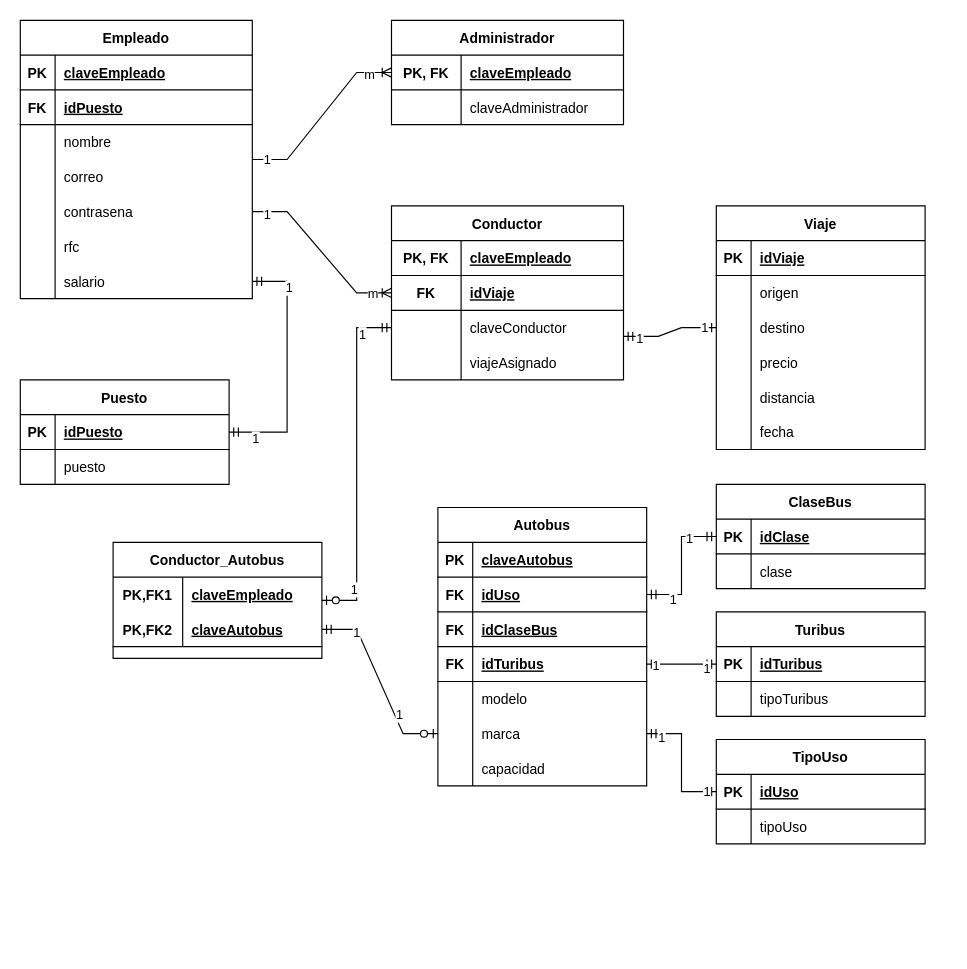
KevinLara96/Java_Diplomat keeps this draw.io diagram as Proyecto/TerceraEntrega/BaseDatos.drawio. Above is the earlier version. Source tidied: cells renumbered, new cells numbered last; positions are measured from the earlier drawing's top-left corner, leaving out a move shared by most shapes. Both pictures are drawn from the tidied source at 116%, with x=0, y=0 at pixel (20, 20).
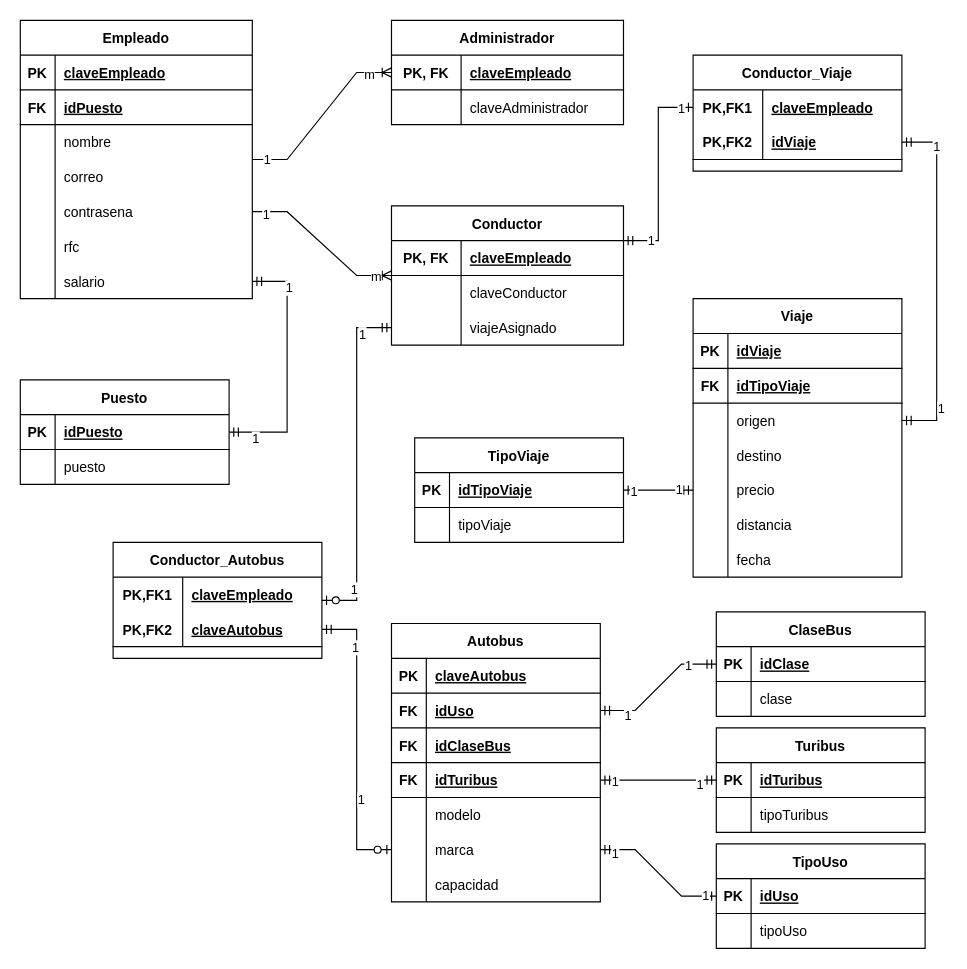
Above is the later version.

The change refers to these unchanged cells:
```xml
<mxCell id="94" value="Conductor_Autobus" style="shape=table;startSize=30;childLayout=tableLayout;rowLines=0;fontStyle=1;align=center;" parent="1" vertex="1">
  <mxGeometry x="80" y="450" width="180" height="100" as="geometry" />
</mxCell>
```

Diff of the diagram source:
```diff
@@
     <mxCell id="24" value="Conductor" style="shape=table;startSize=30;childLayout=tableLayout;rowLines=0;fontStyle=1;align=center;" parent="1" vertex="1">
-      <mxGeometry x="320" y="160" width="200" height="150" as="geometry" />
+      <mxGeometry x="320" y="160" width="200" height="120" as="geometry" />
     </mxCell>
@@
-    <mxCell id="28" style="shape=tableRow;horizontal=0;startSize=0;swimlaneHead=0;swimlaneBody=0;fillColor=none;top=0;left=0;right=0;bottom=1;" parent="24" vertex="1">
-      <mxGeometry y="60" width="200" height="30" as="geometry" />
-    </mxCell>
-    <mxCell id="29" value="FK" style="shape=partialRectangle;fillColor=none;top=0;left=0;bottom=0;right=0;fontStyle=1;overflow=hidden;" parent="28" vertex="1">
-      <mxGeometry width="60" height="30" as="geometry" />
-    </mxCell>
-    <mxCell id="30" value="idViaje" style="shape=partialRectangle;fillColor=none;top=0;left=0;bottom=0;right=0;align=left;spacingLeft=6;fontStyle=5;overflow=hidden;" parent="28" vertex="1">
-      <mxGeometry x="60" width="140" height="30" as="geometry" />
-    </mxCell>
     <mxCell id="31" style="shape=tableRow;horizontal=0;startSize=0;swimlaneHead=0;swimlaneBody=0;fillColor=none;points=[[0,0.5],[1,0.5]];portConstraint=eastwest;top=0;left=0;right=0;bottom=0;" parent="24" vertex="1">
-      <mxGeometry y="90" width="200" height="30" as="geometry" />
+      <mxGeometry y="60" width="200" height="30" as="geometry" />
     </mxCell>
@@
     <mxCell id="34" style="shape=tableRow;horizontal=0;startSize=0;swimlaneHead=0;swimlaneBody=0;fillColor=none;points=[[0,0.5],[1,0.5]];portConstraint=eastwest;top=0;left=0;right=0;bottom=0;" parent="24" vertex="1">
-      <mxGeometry y="120" width="200" height="30" as="geometry" />
+      <mxGeometry y="90" width="200" height="30" as="geometry" />
     </mxCell>
@@
     <mxCell id="37" value="Autobus" style="shape=table;startSize=30;childLayout=tableLayout;rowLines=0;fontStyle=1;align=center;" parent="1" vertex="1">
-      <mxGeometry x="360" y="420" width="180" height="240" as="geometry" />
+      <mxGeometry x="320" y="520" width="180" height="240" as="geometry" />
     </mxCell>
@@
     <mxCell id="72" value="Viaje" style="shape=table;startSize=30;childLayout=tableLayout;rowLines=0;fontStyle=1;align=center;" parent="1" vertex="1">
-      <mxGeometry x="600" y="160" width="180" height="210" as="geometry" />
+      <mxGeometry x="580" y="240" width="180" height="240" as="geometry" />
     </mxCell>
@@
+    <mxCell id="147" style="shape=tableRow;horizontal=0;startSize=0;swimlaneHead=0;swimlaneBody=0;fillColor=none;top=0;left=0;right=0;bottom=1;" parent="72" vertex="1">
+      <mxGeometry y="60" width="180" height="30" as="geometry" />
+    </mxCell>
+    <mxCell id="29" value="FK" style="shape=partialRectangle;fillColor=none;top=0;left=0;bottom=0;right=0;fontStyle=1;overflow=hidden;" parent="147" vertex="1">
+      <mxGeometry width="30" height="30" as="geometry" />
+    </mxCell>
+    <mxCell id="148" value="idTipoViaje" style="shape=partialRectangle;fillColor=none;top=0;left=0;bottom=0;right=0;align=left;spacingLeft=6;fontStyle=5;overflow=hidden;" parent="147" vertex="1">
+      <mxGeometry x="30" width="150" height="30" as="geometry" />
+    </mxCell>
     <mxCell id="76" style="shape=tableRow;horizontal=0;startSize=0;swimlaneHead=0;swimlaneBody=0;fillColor=none;points=[[0,0.5],[1,0.5]];portConstraint=eastwest;top=0;left=0;right=0;bottom=0;" parent="72" vertex="1">
-      <mxGeometry y="60" width="180" height="30" as="geometry" />
+      <mxGeometry y="90" width="180" height="30" as="geometry" />
     </mxCell>
@@
     <mxCell id="79" style="shape=tableRow;horizontal=0;startSize=0;swimlaneHead=0;swimlaneBody=0;fillColor=none;points=[[0,0.5],[1,0.5]];portConstraint=eastwest;top=0;left=0;right=0;bottom=0;" parent="72" vertex="1">
-      <mxGeometry y="90" width="180" height="30" as="geometry" />
+      <mxGeometry y="120" width="180" height="30" as="geometry" />
     </mxCell>
@@
     <mxCell id="82" style="shape=tableRow;horizontal=0;startSize=0;swimlaneHead=0;swimlaneBody=0;fillColor=none;points=[[0,0.5],[1,0.5]];portConstraint=eastwest;top=0;left=0;right=0;bottom=0;" parent="72" vertex="1">
-      <mxGeometry y="120" width="180" height="30" as="geometry" />
+      <mxGeometry y="150" width="180" height="30" as="geometry" />
     </mxCell>
@@
     <mxCell id="85" style="shape=tableRow;horizontal=0;startSize=0;swimlaneHead=0;swimlaneBody=0;fillColor=none;top=0;left=0;right=0;bottom=0;" parent="72" vertex="1">
-      <mxGeometry y="150" width="180" height="30" as="geometry" />
+      <mxGeometry y="180" width="180" height="30" as="geometry" />
     </mxCell>
@@
     <mxCell id="88" style="shape=tableRow;horizontal=0;startSize=0;swimlaneHead=0;swimlaneBody=0;fillColor=none;top=0;left=0;right=0;bottom=0;" parent="72" vertex="1">
-      <mxGeometry y="180" width="180" height="30" as="geometry" />
+      <mxGeometry y="210" width="180" height="30" as="geometry" />
     </mxCell>
@@
-    <mxCell id="91" style="edgeStyle=entityRelationEdgeStyle;fontSize=12;html=1;endArrow=ERmandOne;startArrow=ERmandOne;rounded=0;entryX=1;entryY=0.75;entryDx=0;entryDy=0;exitX=0;exitY=0.5;exitDx=0;exitDy=0;" parent="1" edge="1" source="79" target="24">
-      <mxGeometry relative="1" as="geometry" />
-    </mxCell>
-    <mxCell id="92" value="1" style="edgeLabel;html=1;align=center;verticalAlign=middle;" parent="91" vertex="1">
-      <mxGeometry x="0.68" y="2" relative="1" as="geometry" />
-    </mxCell>
-    <mxCell id="93" value="1" style="edgeLabel;html=1;align=center;verticalAlign=middle;" parent="91" vertex="1">
-      <mxGeometry x="-0.73" y="-1" relative="1" as="geometry" />
-    </mxCell>
@@
-    <mxCell id="101" style="edgeStyle=entityRelationEdgeStyle;fontSize=12;html=1;endArrow=ERzeroToOne;startArrow=ERmandOne;rounded=0;exitX=0;exitY=0.5;exitDx=0;exitDy=0;entryX=1;entryY=0.5;entryDx=0;entryDy=0;" parent="1" edge="1" source="31" target="94">
+    <mxCell id="101" style="edgeStyle=entityRelationEdgeStyle;fontSize=12;html=1;endArrow=ERzeroToOne;startArrow=ERmandOne;rounded=0;exitX=0;exitY=0.5;exitDx=0;exitDy=0;entryX=1;entryY=0.5;entryDx=0;entryDy=0;" parent="1" edge="1" source="34" target="94">
       <mxGeometry relative="1" as="geometry" />
     </mxCell>
@@
     <mxCell id="117" value="ClaseBus" style="shape=table;startSize=30;childLayout=tableLayout;rowLines=0;fontStyle=1;align=center;" parent="1" vertex="1">
-      <mxGeometry x="600" y="400" width="180" height="90" as="geometry" />
+      <mxGeometry x="600" y="510" width="180" height="90" as="geometry" />
     </mxCell>
@@
     <mxCell id="127" value="Turibus" style="shape=table;startSize=30;childLayout=tableLayout;rowLines=0;fontStyle=1;align=center;" parent="1" vertex="1">
-      <mxGeometry x="600" y="510" width="180" height="90" as="geometry" />
+      <mxGeometry x="600" y="610" width="180" height="90" as="geometry" />
     </mxCell>
@@
     <mxCell id="137" value="TipoUso" style="shape=table;startSize=30;childLayout=tableLayout;rowLines=0;fontStyle=1;align=center;" parent="1" vertex="1">
-      <mxGeometry x="600" y="620" width="180" height="90" as="geometry" />
+      <mxGeometry x="600" y="710" width="180" height="90" as="geometry" />
     </mxCell>
@@
+    <mxCell id="149" value="Conductor_Viaje" style="shape=table;startSize=30;childLayout=tableLayout;rowLines=0;fontStyle=1;align=center;" parent="1" vertex="1">
+      <mxGeometry x="580" y="30" width="180" height="100" as="geometry" />
+    </mxCell>
+    <mxCell id="150" style="shape=tableRow;horizontal=0;startSize=0;swimlaneHead=0;swimlaneBody=0;fillColor=none;points=[[0,0.5],[1,0.5]];portConstraint=eastwest;top=0;left=0;right=0;bottom=0;" parent="149" vertex="1">
+      <mxGeometry y="30" width="180" height="30" as="geometry" />
+    </mxCell>
+    <mxCell id="151" value="PK,FK1" style="shape=partialRectangle;fillColor=none;top=0;left=0;bottom=0;right=0;fontStyle=1;overflow=hidden;" parent="150" vertex="1">
+      <mxGeometry width="60" height="30" as="geometry" />
+    </mxCell>
+    <mxCell id="152" value="claveEmpleado" style="shape=partialRectangle;fillColor=none;top=0;left=0;bottom=0;right=0;align=left;spacingLeft=6;fontStyle=5;overflow=hidden;" parent="150" vertex="1">
+      <mxGeometry x="60" width="120" height="30" as="geometry" />
+    </mxCell>
+    <mxCell id="153" style="shape=tableRow;horizontal=0;startSize=0;swimlaneHead=0;swimlaneBody=0;fillColor=none;points=[[0,0.5],[1,0.5]];portConstraint=eastwest;top=0;left=0;right=0;bottom=1;" parent="149" vertex="1">
+      <mxGeometry y="60" width="180" height="30" as="geometry" />
+    </mxCell>
+    <mxCell id="154" value="PK,FK2" style="shape=partialRectangle;fillColor=none;top=0;left=0;bottom=0;right=0;fontStyle=1;overflow=hidden;" parent="153" vertex="1">
+      <mxGeometry width="60" height="30" as="geometry" />
+    </mxCell>
+    <mxCell id="30" value="idViaje" style="shape=partialRectangle;fillColor=none;top=0;left=0;bottom=0;right=0;align=left;spacingLeft=6;fontStyle=5;overflow=hidden;" parent="153" vertex="1">
+      <mxGeometry x="60" width="120" height="30" as="geometry" />
+    </mxCell>
+    <mxCell id="155" style="edgeStyle=entityRelationEdgeStyle;fontSize=12;html=1;endArrow=ERmandOne;startArrow=ERmandOne;rounded=0;entryX=0;entryY=0.5;entryDx=0;entryDy=0;exitX=1;exitY=0.25;exitDx=0;exitDy=0;" parent="1" edge="1" source="24" target="150">
+      <mxGeometry relative="1" as="geometry" />
+    </mxCell>
+    <mxCell id="156" value="&lt;div&gt;1&lt;/div&gt;" style="edgeLabel;html=1;align=center;verticalAlign=middle;" parent="155" vertex="1">
+      <mxGeometry x="0.87" relative="1" as="geometry" />
+    </mxCell>
+    <mxCell id="157" value="1" style="edgeLabel;html=1;align=center;verticalAlign=middle;" parent="155" vertex="1">
+      <mxGeometry x="-0.74" y="2" relative="1" as="geometry">
+        <mxPoint y="1" as="offset" />
+      </mxGeometry>
+    </mxCell>
+    <mxCell id="158" style="edgeStyle=entityRelationEdgeStyle;fontSize=12;html=1;endArrow=ERmandOne;startArrow=ERmandOne;rounded=0;entryX=1;entryY=0.5;entryDx=0;entryDy=0;exitX=1;exitY=0.5;exitDx=0;exitDy=0;" parent="1" edge="1" source="76" target="153">
+      <mxGeometry relative="1" as="geometry" />
+    </mxCell>
+    <mxCell id="159" value="1" style="edgeLabel;html=1;align=center;verticalAlign=middle;" parent="158" vertex="1">
+      <mxGeometry x="0.78" y="1" relative="1" as="geometry" />
+    </mxCell>
+    <mxCell id="160" value="1" style="edgeLabel;html=1;align=center;verticalAlign=middle;" parent="158" vertex="1">
+      <mxGeometry x="-0.73" y="-3" relative="1" as="geometry" />
+    </mxCell>
+    <mxCell id="161" value="TipoViaje" style="shape=table;startSize=30;childLayout=tableLayout;rowLines=0;fontStyle=1;align=center;" parent="1" vertex="1">
+      <mxGeometry x="340" y="360" width="180" height="90" as="geometry" />
+    </mxCell>
+    <mxCell id="162" style="shape=tableRow;horizontal=0;startSize=0;swimlaneHead=0;swimlaneBody=0;fillColor=none;top=0;left=0;right=0;bottom=1;" parent="161" vertex="1">
+      <mxGeometry y="30" width="180" height="30" as="geometry" />
+    </mxCell>
+    <mxCell id="163" value="PK" style="shape=partialRectangle;fillColor=none;top=0;left=0;bottom=0;right=0;fontStyle=1;overflow=hidden;" parent="162" vertex="1">
+      <mxGeometry width="30" height="30" as="geometry" />
+    </mxCell>
+    <mxCell id="164" value="idTipoViaje" style="shape=partialRectangle;fillColor=none;top=0;left=0;bottom=0;right=0;align=left;spacingLeft=6;fontStyle=5;overflow=hidden;" parent="162" vertex="1">
+      <mxGeometry x="30" width="150" height="30" as="geometry" />
+    </mxCell>
+    <mxCell id="165" style="shape=tableRow;horizontal=0;startSize=0;swimlaneHead=0;swimlaneBody=0;fillColor=none;top=0;left=0;right=0;bottom=0;" parent="161" vertex="1">
+      <mxGeometry y="60" width="180" height="30" as="geometry" />
+    </mxCell>
+    <mxCell id="166" style="shape=partialRectangle;fillColor=none;top=0;left=0;bottom=0;right=0;overflow=hidden;" parent="165" vertex="1">
+      <mxGeometry width="30" height="30" as="geometry" />
+    </mxCell>
+    <mxCell id="167" value="tipoViaje" style="shape=partialRectangle;fillColor=none;top=0;left=0;bottom=0;right=0;align=left;spacingLeft=6;overflow=hidden;" parent="165" vertex="1">
+      <mxGeometry x="30" width="150" height="30" as="geometry" />
+    </mxCell>
+    <mxCell id="168" style="edgeStyle=entityRelationEdgeStyle;fontSize=12;html=1;endArrow=ERmandOne;startArrow=ERmandOne;rounded=0;entryX=0;entryY=0.5;entryDx=0;entryDy=0;exitX=1;exitY=0.5;exitDx=0;exitDy=0;" parent="1" edge="1" source="161" target="82">
+      <mxGeometry relative="1" as="geometry" />
+    </mxCell>
+    <mxCell id="169" value="1" style="edgeLabel;html=1;align=center;verticalAlign=middle;" parent="168" vertex="1">
+      <mxGeometry x="0.58" y="1" relative="1" as="geometry" />
+    </mxCell>
+    <mxCell id="170" value="1" style="edgeLabel;html=1;align=center;verticalAlign=middle;" parent="168" vertex="1">
+      <mxGeometry x="-0.73" y="-1" relative="1" as="geometry" />
+    </mxCell>
```
